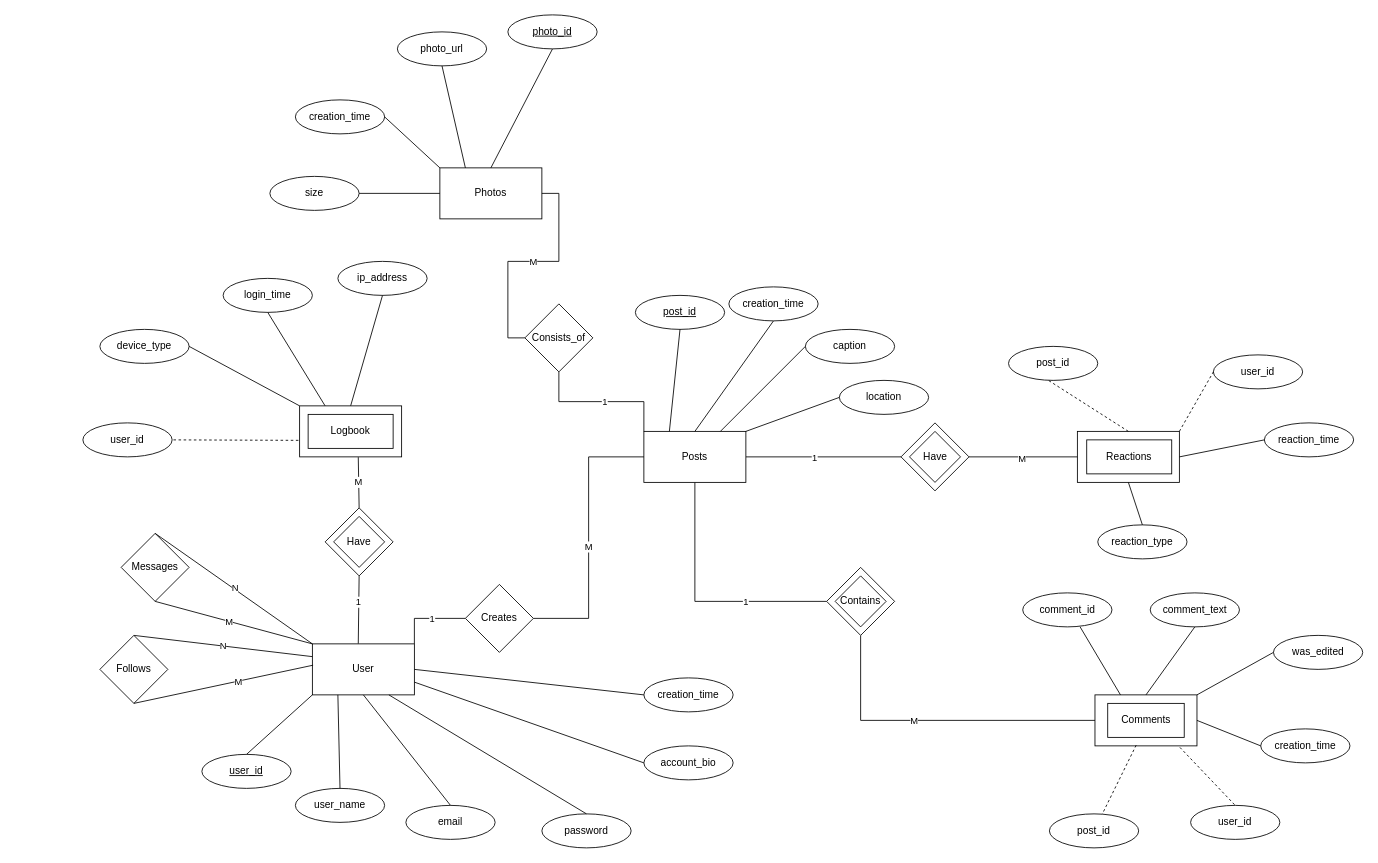
The draw.io diagram docs/er diagram/dbms.drawio in Vnitjain/CPS-542-DBMS-Project-Social-Media, before the edit. Source tidied: cells renumbered, new cells numbered last; positions are measured from the earlier drawing's top-left corner, leaving out a move shared by most shapes. Both pictures are drawn from the tidied source at 85%, with x=0, y=0 at pixel (82, 14).
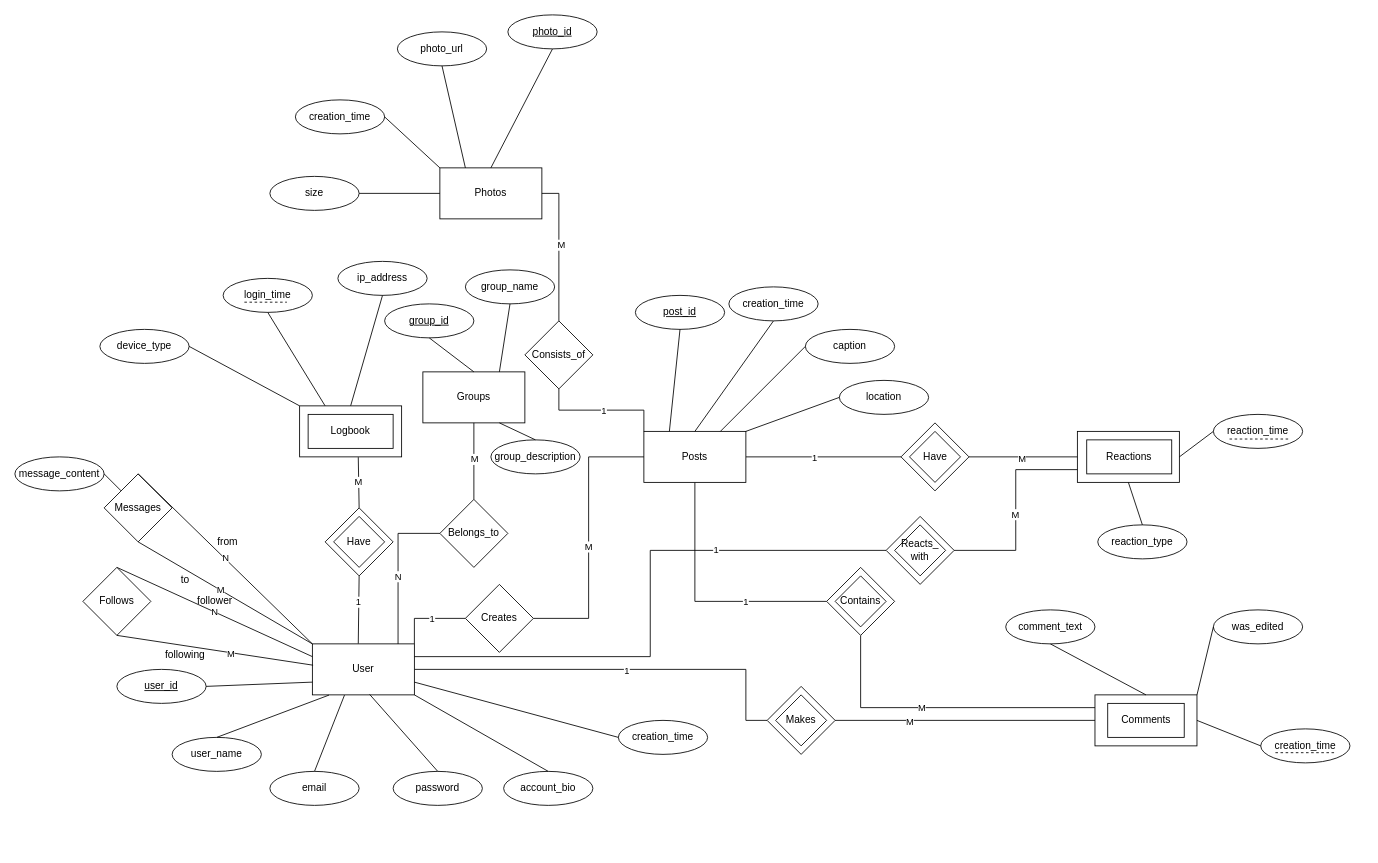
Above is the later version.

Unchanged cells that the change refers to:
```xml
<mxCell id="4" value="User" style="rounded=0;whiteSpace=wrap;html=1;shadow=0;" parent="1" vertex="1">
  <mxGeometry x="270" y="740" width="120" height="60" as="geometry" />
</mxCell>
<mxCell id="12" value="Comments&lt;br&gt;" style="rounded=0;whiteSpace=wrap;html=1;shadow=0;" parent="1" vertex="1">
  <mxGeometry x="1190.7" y="800" width="120" height="60" as="geometry" />
</mxCell>
<mxCell id="13" style="rounded=0;whiteSpace=wrap;html=1;shadow=0;" parent="1" vertex="1">
  <mxGeometry x="1170" y="490" width="120" height="60" as="geometry" />
</mxCell>
<mxCell id="14" value="Photos" style="rounded=0;whiteSpace=wrap;html=1;shadow=0;" parent="1" vertex="1">
  <mxGeometry x="420" y="180" width="120" height="60" as="geometry" />
</mxCell>
<mxCell id="79" style="rounded=0;whiteSpace=wrap;html=1;shadow=0;" parent="1" vertex="1">
  <mxGeometry x="255" y="460" width="120" height="60" as="geometry" />
</mxCell>
<mxCell id="102" style="rhombus;whiteSpace=wrap;html=1;shadow=0;" parent="1" vertex="1">
  <mxGeometry x="875" y="650" width="80" height="80" as="geometry" />
</mxCell>
```

Change to the diagram source:
```diff
@@
+    <mxCell id="104" style="edgeStyle=orthogonalEdgeStyle;rounded=0;jettySize=auto;html=1;entryX=0;entryY=0.5;entryDx=0;entryDy=0;strokeColor=default;endArrow=none;endFill=0;" parent="1" edge="1" source="4" target="106">
+      <mxGeometry relative="1" as="geometry">
+        <Array as="points">
+          <mxPoint x="780" y="770" />
+          <mxPoint x="780" y="830" />
+        </Array>
+      </mxGeometry>
+    </mxCell>
+    <mxCell id="105" value="1" style="edgeLabel;html=1;align=center;verticalAlign=middle;" parent="104" vertex="1">
+      <mxGeometry x="0.05" y="-2" relative="1" as="geometry">
+        <mxPoint y="-1" as="offset" />
+      </mxGeometry>
+    </mxCell>
@@
     <mxCell id="18" value="Messages" style="rhombus;whiteSpace=wrap;html=1;shadow=0;" parent="1" vertex="1">
-      <mxGeometry x="45" y="610" width="80" height="80" as="geometry" />
+      <mxGeometry x="25" y="540" width="80" height="80" as="geometry" />
     </mxCell>
@@
     <mxCell id="24" value="Follows" style="rhombus;whiteSpace=wrap;html=1;shadow=0;" parent="1" vertex="1">
-      <mxGeometry x="20" y="730" width="80" height="80" as="geometry" />
+      <mxGeometry y="650" width="80" height="80" as="geometry" />
     </mxCell>
@@
-    <mxCell id="27" style="edgeStyle=orthogonalEdgeStyle;rounded=0;jettySize=auto;html=1;exitX=0;exitY=0.5;exitDx=0;exitDy=0;entryX=1;entryY=0.5;entryDx=0;entryDy=0;shadow=0;endArrow=none;endFill=0;" parent="1" edge="1" source="29" target="14">
+    <mxCell id="27" style="edgeStyle=orthogonalEdgeStyle;rounded=0;jettySize=auto;html=1;exitX=0.5;exitY=0;exitDx=0;exitDy=0;entryX=1;entryY=0.5;entryDx=0;entryDy=0;shadow=0;endArrow=none;endFill=0;" parent="1" edge="1" source="29" target="14">
       <mxGeometry relative="1" as="geometry" />
     </mxCell>
@@
     <mxCell id="29" value="Consists_of" style="rhombus;whiteSpace=wrap;html=1;shadow=0;" parent="1" vertex="1">
-      <mxGeometry x="520" y="340" width="80" height="80" as="geometry" />
+      <mxGeometry x="520" y="360" width="80" height="80" as="geometry" />
     </mxCell>
-    <mxCell id="30" style="edgeStyle=orthogonalEdgeStyle;rounded=0;jettySize=auto;html=1;exitX=0.5;exitY=1;exitDx=0;exitDy=0;entryX=0;entryY=0.5;entryDx=0;entryDy=0;shadow=0;endArrow=none;endFill=0;" parent="1" edge="1" source="102" target="12">
+    <mxCell id="30" style="edgeStyle=orthogonalEdgeStyle;rounded=0;jettySize=auto;html=1;exitX=0.5;exitY=1;exitDx=0;exitDy=0;entryX=0;entryY=0.25;entryDx=0;entryDy=0;shadow=0;endArrow=none;endFill=0;" parent="1" edge="1" source="102" target="12">
       <mxGeometry relative="1" as="geometry" />
     </mxCell>
@@
-    <mxCell id="37" value="user_id" style="ellipse;whiteSpace=wrap;html=1;shadow=0;" parent="1" vertex="1">
-      <mxGeometry y="480" width="105" height="40" as="geometry" />
-    </mxCell>
-    <mxCell id="38" style="endArrow=none;dashed=1;html=1;rounded=0;entryX=1;entryY=0.5;entryDx=0;entryDy=0;exitX=-0.012;exitY=0.676;exitDx=0;exitDy=0;exitPerimeter=0;shadow=0;" parent="1" edge="1" source="79" target="37">
-      <mxGeometry relative="1" as="geometry" />
-    </mxCell>
@@
     <mxCell id="51" value="&lt;u&gt;user_id&lt;/u&gt;" style="ellipse;whiteSpace=wrap;html=1;shadow=0;" parent="1" vertex="1">
-      <mxGeometry x="140" y="870" width="105" height="40" as="geometry" />
+      <mxGeometry x="40" y="770" width="105" height="40" as="geometry" />
     </mxCell>
     <mxCell id="52" value="user_name" style="ellipse;whiteSpace=wrap;html=1;shadow=0;" parent="1" vertex="1">
-      <mxGeometry x="250" y="910" width="105" height="40" as="geometry" />
+      <mxGeometry x="105" y="850" width="105" height="40" as="geometry" />
     </mxCell>
-    <mxCell id="53" style="endArrow=none;html=1;rounded=0;entryX=0;entryY=1;entryDx=0;entryDy=0;exitX=0.5;exitY=0;exitDx=0;exitDy=0;shadow=0;" parent="1" edge="1" source="51" target="4">
+    <mxCell id="53" style="endArrow=none;html=1;rounded=0;entryX=0;entryY=0.75;entryDx=0;entryDy=0;exitX=1;exitY=0.5;exitDx=0;exitDy=0;shadow=0;" parent="1" edge="1" source="51" target="4">
       <mxGeometry relative="1" as="geometry" />
     </mxCell>
-    <mxCell id="54" style="endArrow=none;html=1;rounded=0;entryX=0.25;entryY=1;entryDx=0;entryDy=0;exitX=0.5;exitY=0;exitDx=0;exitDy=0;shadow=0;" parent="1" edge="1" source="52" target="4">
+    <mxCell id="54" style="endArrow=none;html=1;rounded=0;entryX=0.163;entryY=1.004;entryDx=0;entryDy=0;exitX=0.5;exitY=0;exitDx=0;exitDy=0;shadow=0;entryPerimeter=0;" parent="1" edge="1" source="52" target="4">
       <mxGeometry relative="1" as="geometry" />
     </mxCell>
     <mxCell id="55" value="creation_time" style="ellipse;whiteSpace=wrap;html=1;shadow=0;" parent="1" vertex="1">
-      <mxGeometry x="660" y="780" width="105" height="40" as="geometry" />
+      <mxGeometry x="630" y="830" width="105" height="40" as="geometry" />
     </mxCell>
-    <mxCell id="56" style="endArrow=none;html=1;rounded=0;entryX=1;entryY=0.5;entryDx=0;entryDy=0;exitX=0;exitY=0.5;exitDx=0;exitDy=0;shadow=0;" parent="1" edge="1" source="55" target="4">
+    <mxCell id="56" style="endArrow=none;html=1;rounded=0;entryX=1;entryY=0.75;entryDx=0;entryDy=0;exitX=0;exitY=0.5;exitDx=0;exitDy=0;shadow=0;" parent="1" edge="1" source="55" target="4">
       <mxGeometry relative="1" as="geometry" />
     </mxCell>
     <mxCell id="57" value="email" style="ellipse;whiteSpace=wrap;html=1;shadow=0;" parent="1" vertex="1">
-      <mxGeometry x="380" y="930" width="105" height="40" as="geometry" />
+      <mxGeometry x="220" y="890" width="105" height="40" as="geometry" />
     </mxCell>
-    <mxCell id="58" style="endArrow=none;html=1;rounded=0;entryX=0.5;entryY=1;entryDx=0;entryDy=0;exitX=0.5;exitY=0;exitDx=0;exitDy=0;shadow=0;" parent="1" edge="1" source="57" target="4">
+    <mxCell id="58" style="endArrow=none;html=1;rounded=0;exitX=0.5;exitY=0;exitDx=0;exitDy=0;shadow=0;entryX=0.315;entryY=1.004;entryDx=0;entryDy=0;entryPerimeter=0;" parent="1" edge="1" source="57" target="4">
       <mxGeometry relative="1" as="geometry" />
     </mxCell>
     <mxCell id="59" value="account_bio" style="ellipse;whiteSpace=wrap;html=1;shadow=0;" parent="1" vertex="1">
-      <mxGeometry x="660" y="860" width="105" height="40" as="geometry" />
+      <mxGeometry x="495" y="890" width="105" height="40" as="geometry" />
     </mxCell>
-    <mxCell id="60" style="endArrow=none;html=1;rounded=0;entryX=1;entryY=0.75;entryDx=0;entryDy=0;exitX=0;exitY=0.5;exitDx=0;exitDy=0;shadow=0;" parent="1" edge="1" source="59" target="4">
+    <mxCell id="60" style="endArrow=none;html=1;rounded=0;entryX=1;entryY=1;entryDx=0;entryDy=0;exitX=0.5;exitY=0;exitDx=0;exitDy=0;shadow=0;" parent="1" edge="1" source="59" target="4">
       <mxGeometry relative="1" as="geometry" />
     </mxCell>
     <mxCell id="61" value="password" style="ellipse;whiteSpace=wrap;html=1;shadow=0;" parent="1" vertex="1">
-      <mxGeometry x="540" y="940" width="105" height="40" as="geometry" />
+      <mxGeometry x="365" y="890" width="105" height="40" as="geometry" />
     </mxCell>
-    <mxCell id="62" style="endArrow=none;html=1;rounded=0;entryX=0.75;entryY=1;entryDx=0;entryDy=0;exitX=0.5;exitY=0;exitDx=0;exitDy=0;shadow=0;" parent="1" edge="1" source="61" target="4">
+    <mxCell id="62" style="endArrow=none;html=1;rounded=0;entryX=0.561;entryY=0.99;entryDx=0;entryDy=0;exitX=0.5;exitY=0;exitDx=0;exitDy=0;shadow=0;entryPerimeter=0;" parent="1" edge="1" source="61" target="4">
       <mxGeometry relative="1" as="geometry" />
     </mxCell>
@@
     <mxCell id="72" value="reaction_time" style="ellipse;whiteSpace=wrap;html=1;shadow=0;" parent="1" vertex="1">
-      <mxGeometry x="1390" y="480" width="105" height="40" as="geometry" />
+      <mxGeometry x="1330" y="470" width="105" height="40" as="geometry" />
     </mxCell>
-    <mxCell id="73" value="post_id" style="ellipse;whiteSpace=wrap;html=1;shadow=0;" parent="1" vertex="1">
-      <mxGeometry x="1089" y="390" width="105" height="40" as="geometry" />
-    </mxCell>
-    <mxCell id="74" style="endArrow=none;dashed=1;html=1;rounded=0;entryX=0.432;entryY=0.975;entryDx=0;entryDy=0;exitX=0.5;exitY=0;exitDx=0;exitDy=0;entryPerimeter=0;shadow=0;" parent="1" edge="1" source="13" target="73">
-      <mxGeometry relative="1" as="geometry" />
-    </mxCell>
@@
-    <mxCell id="83" value="comment_id" style="ellipse;whiteSpace=wrap;html=1;shadow=0;" parent="1" vertex="1">
-      <mxGeometry x="1105.7" y="680" width="105" height="40" as="geometry" />
-    </mxCell>
     <mxCell id="84" value="comment_text" style="ellipse;whiteSpace=wrap;html=1;shadow=0;" parent="1" vertex="1">
-      <mxGeometry x="1255.7" y="680" width="105" height="40" as="geometry" />
+      <mxGeometry x="1085.7" y="700" width="105" height="40" as="geometry" />
     </mxCell>
@@
-    <mxCell id="86" style="endArrow=none;html=1;rounded=0;entryX=0.5;entryY=1;entryDx=0;entryDy=0;exitX=0.25;exitY=0;exitDx=0;exitDy=0;shadow=0;" parent="1" edge="1" source="12">
-      <mxGeometry relative="1" as="geometry">
-        <mxPoint x="1173.2" y="720" as="targetPoint" />
-      </mxGeometry>
-    </mxCell>
@@
     <mxCell id="89" value="was_edited" style="ellipse;whiteSpace=wrap;html=1;shadow=0;" parent="1" vertex="1">
-      <mxGeometry x="1400.7" y="730" width="105" height="40" as="geometry" />
+      <mxGeometry x="1330" y="700" width="105" height="40" as="geometry" />
     </mxCell>
@@
-    <mxCell id="95" value="user_id" style="ellipse;whiteSpace=wrap;html=1;shadow=0;" parent="1" vertex="1">
-      <mxGeometry x="1330" y="400" width="105" height="40" as="geometry" />
-    </mxCell>
-    <mxCell id="96" style="endArrow=none;dashed=1;html=1;rounded=0;entryX=0;entryY=0.5;entryDx=0;entryDy=0;exitX=1;exitY=0;exitDx=0;exitDy=0;" parent="1" edge="1" source="13" target="95">
-      <mxGeometry relative="1" as="geometry" />
-    </mxCell>
@@
-    <mxCell id="98" value="post_id" style="ellipse;whiteSpace=wrap;html=1;shadow=0;" parent="1" vertex="1">
-      <mxGeometry x="1137.1" y="940" width="105" height="40" as="geometry" />
-    </mxCell>
-    <mxCell id="99" value="user_id" style="ellipse;whiteSpace=wrap;html=1;shadow=0;" parent="1" vertex="1">
-      <mxGeometry x="1303.2" y="930" width="105" height="40" as="geometry" />
-    </mxCell>
-    <mxCell id="100" style="endArrow=none;dashed=1;html=1;rounded=0;entryX=0.5;entryY=0;entryDx=0;entryDy=0;exitX=0.833;exitY=1.03;exitDx=0;exitDy=0;exitPerimeter=0;" parent="1" edge="1" source="12" target="99">
-      <mxGeometry relative="1" as="geometry" />
-    </mxCell>
-    <mxCell id="101" style="endArrow=none;dashed=1;html=1;rounded=0;exitX=0.404;exitY=0.986;exitDx=0;exitDy=0;exitPerimeter=0;" parent="1" edge="1" source="12" target="98">
-      <mxGeometry relative="1" as="geometry" />
-    </mxCell>
@@
+    <mxCell id="106" style="rhombus;whiteSpace=wrap;html=1;shadow=0;" parent="1" vertex="1">
+      <mxGeometry x="805" y="790" width="80" height="80" as="geometry" />
+    </mxCell>
+    <mxCell id="107" value="Makes" style="rhombus;whiteSpace=wrap;html=1;shadow=0;" parent="1" vertex="1">
+      <mxGeometry x="815" y="800" width="60" height="60" as="geometry" />
+    </mxCell>
+    <mxCell id="108" style="endArrow=none;html=1;rounded=0;entryX=0;entryY=0.5;entryDx=0;entryDy=0;exitX=1;exitY=0.5;exitDx=0;exitDy=0;" parent="1" edge="1" source="106" target="12">
+      <mxGeometry relative="1" as="geometry" />
+    </mxCell>
+    <mxCell id="109" value="M" style="edgeLabel;html=1;align=center;verticalAlign=middle;" parent="108" vertex="1">
+      <mxGeometry x="-0.43" y="-1" relative="1" as="geometry" />
+    </mxCell>
+    <mxCell id="110" style="edgeStyle=orthogonalEdgeStyle;rounded=0;jettySize=auto;html=1;entryX=0;entryY=0.75;entryDx=0;entryDy=0;endArrow=none;endFill=0;" parent="1" edge="1" source="114" target="13">
+      <mxGeometry relative="1" as="geometry" />
+    </mxCell>
+    <mxCell id="111" value="M" style="edgeLabel;html=1;align=center;verticalAlign=middle;" parent="110" vertex="1">
+      <mxGeometry x="-0.04" y="1" relative="1" as="geometry" />
+    </mxCell>
+    <mxCell id="112" style="edgeStyle=orthogonalEdgeStyle;rounded=0;jettySize=auto;html=1;entryX=1;entryY=0.25;entryDx=0;entryDy=0;endArrow=none;endFill=0;" parent="1" edge="1" source="114" target="4">
+      <mxGeometry relative="1" as="geometry" />
+    </mxCell>
+    <mxCell id="113" value="1" style="edgeLabel;html=1;align=center;verticalAlign=middle;" parent="112" vertex="1">
+      <mxGeometry x="-0.41" y="-1" relative="1" as="geometry" />
+    </mxCell>
+    <mxCell id="114" style="rhombus;whiteSpace=wrap;html=1;shadow=0;" parent="1" vertex="1">
+      <mxGeometry x="945" y="590" width="80" height="80" as="geometry" />
+    </mxCell>
+    <mxCell id="115" value="Reacts_&lt;br&gt;with" style="rhombus;whiteSpace=wrap;html=1;shadow=0;" parent="1" vertex="1">
+      <mxGeometry x="955" y="600" width="60" height="60" as="geometry" />
+    </mxCell>
+    <mxCell id="116" value="Groups" style="rounded=0;whiteSpace=wrap;html=1;shadow=0;" parent="1" vertex="1">
+      <mxGeometry x="400" y="420" width="120" height="60" as="geometry" />
+    </mxCell>
+    <mxCell id="117" value="Belongs_to" style="rhombus;whiteSpace=wrap;html=1;shadow=0;" parent="1" vertex="1">
+      <mxGeometry x="420" y="570" width="80" height="80" as="geometry" />
+    </mxCell>
+    <mxCell id="118" style="edgeStyle=orthogonalEdgeStyle;rounded=0;jettySize=auto;html=1;endArrow=none;endFill=0;entryX=0.84;entryY=0.001;entryDx=0;entryDy=0;entryPerimeter=0;" parent="1" edge="1" source="117" target="4">
+      <mxGeometry relative="1" as="geometry" />
+    </mxCell>
+    <mxCell id="119" value="N" style="edgeLabel;html=1;align=center;verticalAlign=middle;" parent="118" vertex="1">
+      <mxGeometry x="0.12" relative="1" as="geometry" />
+    </mxCell>
+    <mxCell id="120" style="endArrow=none;html=1;rounded=0;entryX=0.5;entryY=1;entryDx=0;entryDy=0;exitX=0.5;exitY=0;exitDx=0;exitDy=0;endFill=0;" parent="1" edge="1" source="117" target="116">
+      <mxGeometry relative="1" as="geometry" />
+    </mxCell>
+    <mxCell id="121" value="M" style="edgeLabel;html=1;align=center;verticalAlign=middle;" parent="120" vertex="1">
+      <mxGeometry x="0.06" relative="1" as="geometry" />
+    </mxCell>
+    <mxCell id="122" value="&lt;u&gt;group_id&lt;/u&gt;" style="ellipse;whiteSpace=wrap;html=1;shadow=0;" parent="1" vertex="1">
+      <mxGeometry x="355" y="340" width="105" height="40" as="geometry" />
+    </mxCell>
+    <mxCell id="123" style="endArrow=none;html=1;rounded=0;entryX=0.5;entryY=1;entryDx=0;entryDy=0;exitX=0.5;exitY=0;exitDx=0;exitDy=0;" parent="1" edge="1" source="116" target="122">
+      <mxGeometry relative="1" as="geometry" />
+    </mxCell>
+    <mxCell id="124" value="group_name" style="ellipse;whiteSpace=wrap;html=1;shadow=0;" parent="1" vertex="1">
+      <mxGeometry x="450" y="300" width="105" height="40" as="geometry" />
+    </mxCell>
+    <mxCell id="125" style="endArrow=none;html=1;rounded=0;entryX=0.5;entryY=1;entryDx=0;entryDy=0;exitX=0.75;exitY=0;exitDx=0;exitDy=0;" parent="1" edge="1" source="116" target="124">
+      <mxGeometry relative="1" as="geometry" />
+    </mxCell>
+    <mxCell id="126" value="group_description" style="ellipse;whiteSpace=wrap;html=1;shadow=0;" parent="1" vertex="1">
+      <mxGeometry x="480" y="500" width="105" height="40" as="geometry" />
+    </mxCell>
+    <mxCell id="127" style="endArrow=none;html=1;rounded=0;entryX=0.75;entryY=1;entryDx=0;entryDy=0;exitX=0.5;exitY=0;exitDx=0;exitDy=0;" parent="1" edge="1" source="126" target="116">
+      <mxGeometry relative="1" as="geometry" />
+    </mxCell>
+    <mxCell id="128" style="endArrow=none;dashed=1;html=1;rounded=0;" parent="1" edge="1">
+      <mxGeometry relative="1" as="geometry">
+        <mxPoint x="190" y="338" as="sourcePoint" />
+        <mxPoint x="240" y="338" as="targetPoint" />
+      </mxGeometry>
+    </mxCell>
+    <mxCell id="129" style="endArrow=none;dashed=1;html=1;rounded=0;" parent="1" edge="1">
+      <mxGeometry relative="1" as="geometry">
+        <mxPoint x="1403" y="868" as="sourcePoint" />
+        <mxPoint x="1473" y="868" as="targetPoint" />
+      </mxGeometry>
+    </mxCell>
+    <mxCell id="130" style="endArrow=none;dashed=1;html=1;rounded=0;" parent="1" edge="1">
+      <mxGeometry relative="1" as="geometry">
+        <mxPoint x="1349" y="499" as="sourcePoint" />
+        <mxPoint x="1419" y="499" as="targetPoint" />
+      </mxGeometry>
+    </mxCell>
+    <mxCell id="131" value="message_content" style="ellipse;whiteSpace=wrap;html=1;shadow=0;" parent="1" vertex="1">
+      <mxGeometry x="-80" y="520" width="105" height="40" as="geometry" />
+    </mxCell>
+    <mxCell id="132" style="endArrow=none;html=1;rounded=0;entryX=0;entryY=0;entryDx=0;entryDy=0;exitX=1;exitY=0.5;exitDx=0;exitDy=0;" parent="1" edge="1" source="131" target="18">
+      <mxGeometry relative="1" as="geometry" />
+    </mxCell>
+    <mxCell id="133" value="from" style="text;html=1;align=center;verticalAlign=middle;strokeColor=none;fillColor=none;" parent="1" vertex="1">
+      <mxGeometry x="145" y="605" width="50" height="30" as="geometry" />
+    </mxCell>
+    <mxCell id="134" value="to" style="text;html=1;align=center;verticalAlign=middle;strokeColor=none;fillColor=none;" parent="1" vertex="1">
+      <mxGeometry x="105" y="650" width="30" height="30" as="geometry" />
+    </mxCell>
+    <mxCell id="135" value="follower" style="text;html=1;align=center;verticalAlign=middle;strokeColor=none;fillColor=none;" parent="1" vertex="1">
+      <mxGeometry x="125" y="675" width="60" height="30" as="geometry" />
+    </mxCell>
+    <mxCell id="136" value="following" style="text;html=1;align=center;verticalAlign=middle;strokeColor=none;fillColor=none;" parent="1" vertex="1">
+      <mxGeometry x="85" y="738" width="70" height="30" as="geometry" />
+    </mxCell>
```
